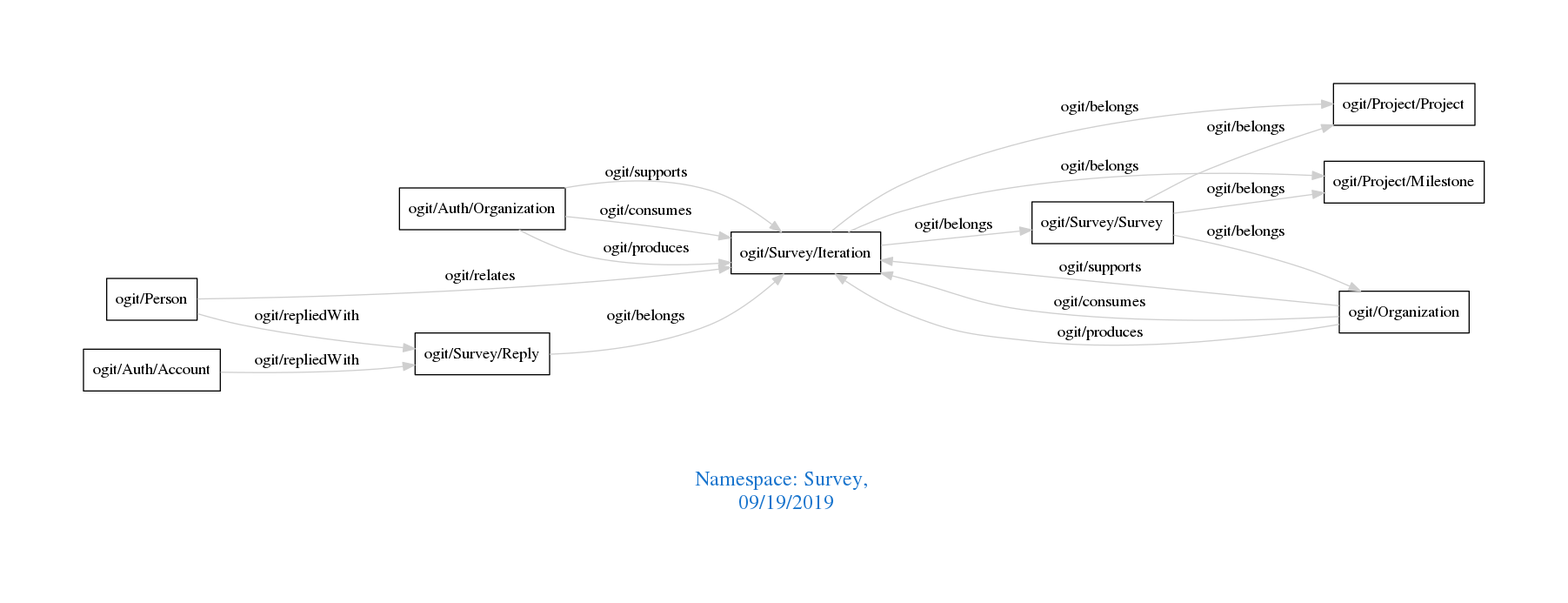
Above: downloads/Survey.png in arago/OGIT (Graphviz), before the change. Its source is kept beside it as downloads/Survey.dot.
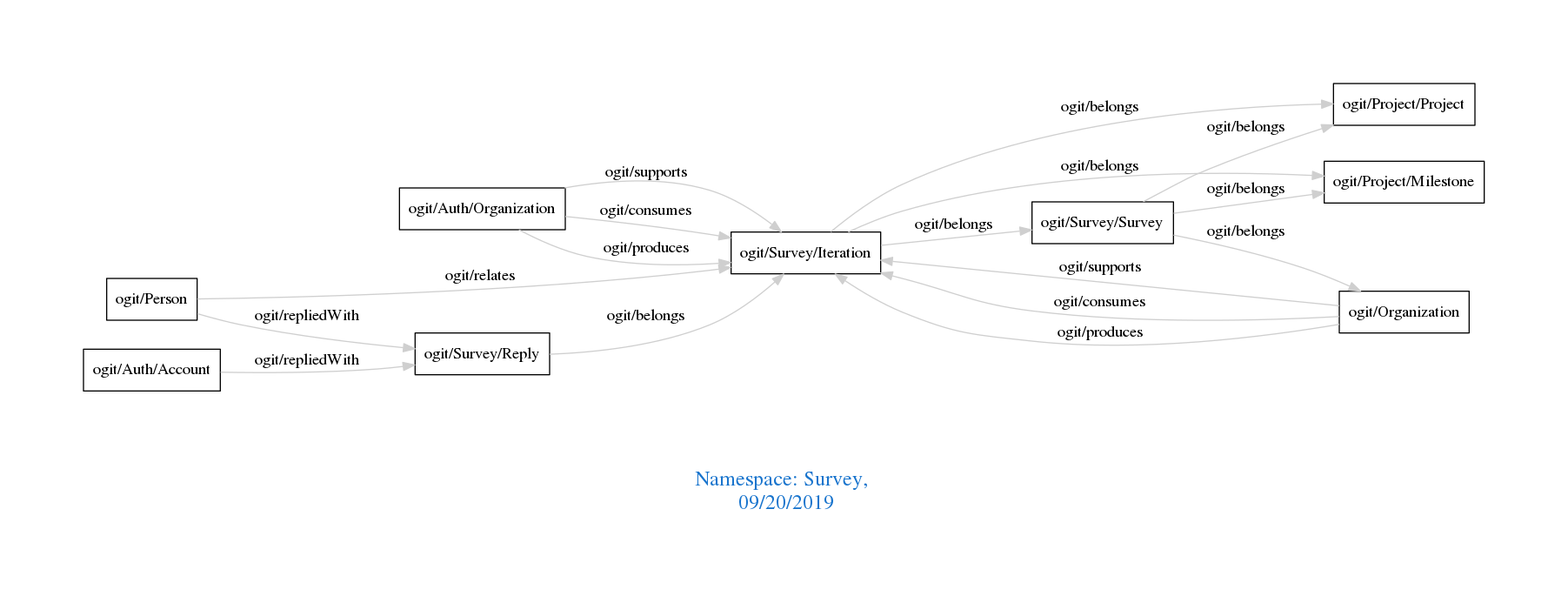
Later version of the same file.

Change to the diagram source:
```diff
@@ -1,7 +1,7 @@
 digraph OGIT_ontology {
  graph [ rankdir= LR,pad=1
 fontsize = 18,
-fontcolor= dodgerblue3,label = "\n\n\nNamespace: Survey, \n 09/19/2019"];
+fontcolor= dodgerblue3,label = "\n\n\nNamespace: Survey, \n 09/20/2019"];
 node[shape=polygon];
 edge [  color="gray81"];
 
```
